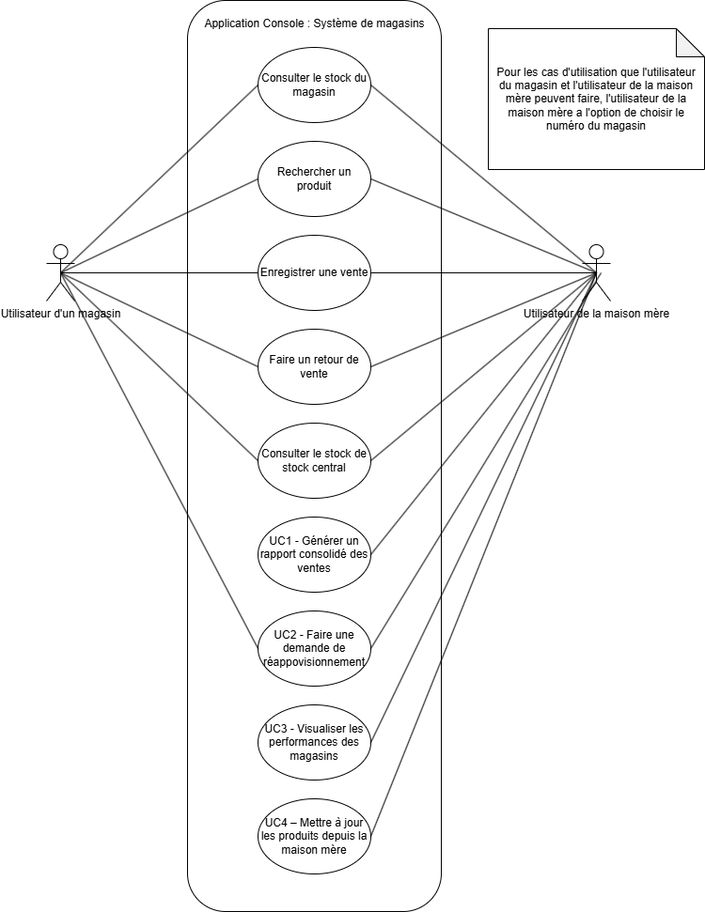
The draw.io diagram docs/UML/diag_vue_cas_utilisation.drawio.png in PraMaks/LOG430_Labo_0, before a commit. Source tidied: cells renumbered, new cells last; positions are measured from the earlier drawing's top-left corner, leaving out a move shared by most shapes.
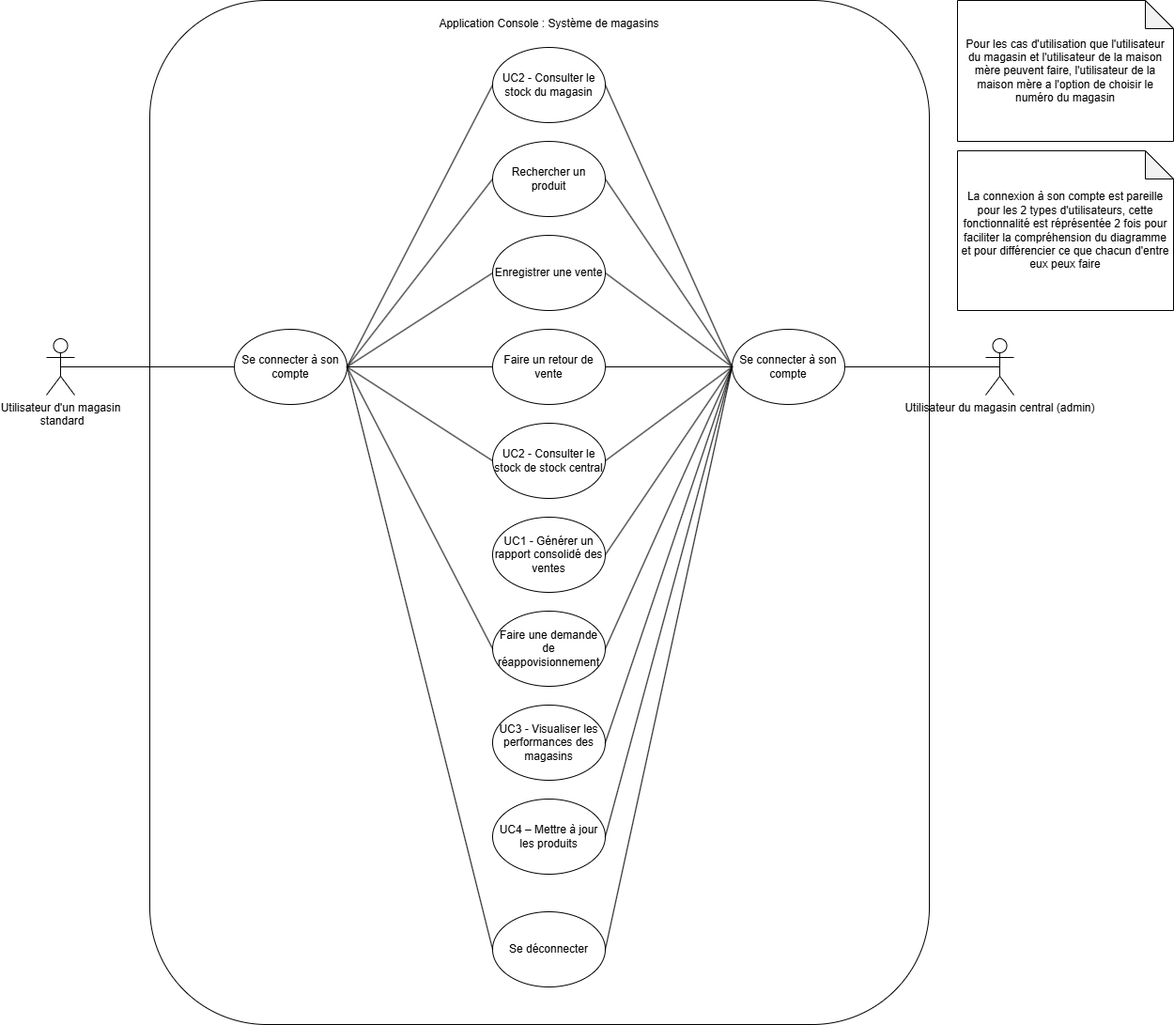
After the commit.

The edit, as a diff of the source:
```diff
@@ -2,16 +2,16 @@
   <root>
     <mxCell id="0" />
     <mxCell id="1" parent="0" />
-    <mxCell id="2" value="Utilisateur d'un magasin" style="shape=umlActor;verticalLabelPosition=bottom;verticalAlign=top;html=1;outlineConnect=0;" parent="1" vertex="1">
-      <mxGeometry y="260" width="30" height="60" as="geometry" />
+    <mxCell id="2" value="Utilisateur d'un magasin&lt;div&gt;&amp;nbsp;standard&lt;/div&gt;" style="shape=umlActor;verticalLabelPosition=bottom;verticalAlign=top;html=1;outlineConnect=0;" parent="1" vertex="1">
+      <mxGeometry x="-250" y="360" width="30" height="60" as="geometry" />
     </mxCell>
     <mxCell id="3" style="rounded=1;whiteSpace=wrap;html=1;" parent="1" vertex="1">
-      <mxGeometry x="150" width="270" height="970" as="geometry" />
+      <mxGeometry x="-140" width="830" height="1090" as="geometry" />
     </mxCell>
     <mxCell id="4" value="Application Console : Système de magasins" style="text;html=1;align=center;verticalAlign=middle;strokeColor=none;fillColor=none;" parent="1" vertex="1">
       <mxGeometry x="155" y="10" width="260" height="30" as="geometry" />
     </mxCell>
-    <mxCell id="5" value="Consulter le stock du magasin" style="ellipse;whiteSpace=wrap;html=1;" parent="1" vertex="1">
+    <mxCell id="5" value="UC2 - Consulter le stock du magasin" style="ellipse;whiteSpace=wrap;html=1;" parent="1" vertex="1">
       <mxGeometry x="225" y="50" width="120" height="80" as="geometry" />
     </mxCell>
     <mxCell id="6" value="Rechercher un produit" style="ellipse;whiteSpace=wrap;html=1;" parent="1" vertex="1">
@@ -23,73 +23,95 @@
     <mxCell id="8" value="Faire un retour de vente" style="ellipse;whiteSpace=wrap;html=1;" parent="1" vertex="1">
       <mxGeometry x="225" y="350" width="120" height="80" as="geometry" />
     </mxCell>
-    <mxCell id="9" style="endArrow=none;html=1;rounded=0;entryX=0;entryY=0.5;entryDx=0;entryDy=0;exitX=0.5;exitY=0.5;exitDx=0;exitDy=0;exitPerimeter=0;" parent="1" edge="1" source="2" target="5">
-      <mxGeometry relative="1" as="geometry" />
-    </mxCell>
-    <mxCell id="10" style="endArrow=none;html=1;rounded=0;entryX=0;entryY=0.5;entryDx=0;entryDy=0;exitX=0.5;exitY=0.5;exitDx=0;exitDy=0;exitPerimeter=0;" parent="1" edge="1" source="2" target="6">
-      <mxGeometry relative="1" as="geometry" />
-    </mxCell>
-    <mxCell id="11" style="endArrow=none;html=1;rounded=0;entryX=0;entryY=0.5;entryDx=0;entryDy=0;exitX=0.5;exitY=0.5;exitDx=0;exitDy=0;exitPerimeter=0;" parent="1" edge="1" source="2" target="7">
-      <mxGeometry relative="1" as="geometry" />
-    </mxCell>
-    <mxCell id="12" style="endArrow=none;html=1;rounded=0;entryX=0;entryY=0.5;entryDx=0;entryDy=0;exitX=0.5;exitY=0.5;exitDx=0;exitDy=0;exitPerimeter=0;" parent="1" edge="1" source="2" target="8">
-      <mxGeometry relative="1" as="geometry" />
-    </mxCell>
-    <mxCell id="13" value="Consulter le stock de stock central" style="ellipse;whiteSpace=wrap;html=1;" parent="1" vertex="1">
+    <mxCell id="13" value="UC2 - Consulter le stock de stock central" style="ellipse;whiteSpace=wrap;html=1;" parent="1" vertex="1">
       <mxGeometry x="225" y="450" width="120" height="80" as="geometry" />
     </mxCell>
-    <mxCell id="14" style="endArrow=none;html=1;rounded=0;entryX=0;entryY=0.5;entryDx=0;entryDy=0;exitX=0.5;exitY=0.5;exitDx=0;exitDy=0;exitPerimeter=0;" parent="1" edge="1" source="2" target="13">
-      <mxGeometry relative="1" as="geometry" />
-    </mxCell>
-    <mxCell id="15" value="UC2 - Faire une demande de réappovisionnement" style="ellipse;whiteSpace=wrap;html=1;" parent="1" vertex="1">
+    <mxCell id="15" value="Faire une demande de réappovisionnement" style="ellipse;whiteSpace=wrap;html=1;" parent="1" vertex="1">
       <mxGeometry x="225" y="650" width="120" height="80" as="geometry" />
     </mxCell>
-    <mxCell id="16" style="endArrow=none;html=1;rounded=0;entryX=0;entryY=0.5;entryDx=0;entryDy=0;exitX=0.5;exitY=0.5;exitDx=0;exitDy=0;exitPerimeter=0;" parent="1" edge="1" source="2" target="15">
-      <mxGeometry relative="1" as="geometry" />
-    </mxCell>
-    <mxCell id="17" value="Utilisateur de la maison mère" style="shape=umlActor;verticalLabelPosition=bottom;verticalAlign=top;html=1;outlineConnect=0;" parent="1" vertex="1">
-      <mxGeometry x="570" y="260" width="30" height="60" as="geometry" />
+    <mxCell id="17" value="Utilisateur du magasin central (admin)" style="shape=umlActor;verticalLabelPosition=bottom;verticalAlign=top;html=1;outlineConnect=0;" parent="1" vertex="1">
+      <mxGeometry x="750" y="360" width="30" height="60" as="geometry" />
     </mxCell>
-    <mxCell id="18" style="endArrow=none;html=1;rounded=0;entryX=0.5;entryY=0.5;entryDx=0;entryDy=0;entryPerimeter=0;exitX=1;exitY=0.5;exitDx=0;exitDy=0;" parent="1" edge="1" source="5" target="17">
-      <mxGeometry relative="1" as="geometry" />
-    </mxCell>
-    <mxCell id="19" style="endArrow=none;html=1;rounded=0;entryX=0.5;entryY=0.5;entryDx=0;entryDy=0;entryPerimeter=0;exitX=1;exitY=0.5;exitDx=0;exitDy=0;" parent="1" edge="1" source="6" target="17">
-      <mxGeometry relative="1" as="geometry" />
-    </mxCell>
-    <mxCell id="20" style="endArrow=none;html=1;rounded=0;entryX=0.5;entryY=0.5;entryDx=0;entryDy=0;entryPerimeter=0;exitX=1;exitY=0.5;exitDx=0;exitDy=0;" parent="1" edge="1" source="7" target="17">
-      <mxGeometry relative="1" as="geometry" />
-    </mxCell>
-    <mxCell id="21" style="endArrow=none;html=1;rounded=0;entryX=0.5;entryY=0.5;entryDx=0;entryDy=0;entryPerimeter=0;exitX=1;exitY=0.5;exitDx=0;exitDy=0;" parent="1" edge="1" source="8" target="17">
-      <mxGeometry relative="1" as="geometry" />
-    </mxCell>
-    <mxCell id="22" style="endArrow=none;html=1;rounded=0;entryX=0.5;entryY=0.5;entryDx=0;entryDy=0;entryPerimeter=0;exitX=1;exitY=0.5;exitDx=0;exitDy=0;" parent="1" edge="1" source="13" target="17">
-      <mxGeometry relative="1" as="geometry" />
-    </mxCell>
     <mxCell id="23" value="UC1 - Générer un rapport consolidé des ventes" style="ellipse;whiteSpace=wrap;html=1;" parent="1" vertex="1">
       <mxGeometry x="225" y="550" width="120" height="80" as="geometry" />
     </mxCell>
     <mxCell id="24" value="UC3 - Visualiser les performances des magasins" style="ellipse;whiteSpace=wrap;html=1;" parent="1" vertex="1">
       <mxGeometry x="225" y="750" width="120" height="80" as="geometry" />
     </mxCell>
-    <mxCell id="25" style="endArrow=none;html=1;rounded=0;exitX=1;exitY=0.5;exitDx=0;exitDy=0;entryX=0.5;entryY=0.5;entryDx=0;entryDy=0;entryPerimeter=0;" parent="1" edge="1" source="23" target="17">
-      <mxGeometry relative="1" as="geometry" />
-    </mxCell>
-    <mxCell id="26" style="endArrow=none;html=1;rounded=0;entryX=0.5;entryY=0.5;entryDx=0;entryDy=0;entryPerimeter=0;exitX=1;exitY=0.5;exitDx=0;exitDy=0;" parent="1" edge="1" source="24" target="17">
-      <mxGeometry relative="1" as="geometry" />
-    </mxCell>
     <mxCell id="27" value="Pour les cas d'utilisation que l'utilisateur du magasin et l'utilisateur de la maison mère peuvent faire, l'utilisateur de la maison mère a l'option de choisir le numéro du magasin" style="shape=note;whiteSpace=wrap;html=1;backgroundOutline=1;darkOpacity=0.05;" parent="1" vertex="1">
-      <mxGeometry x="470" y="30" width="230" height="150" as="geometry" />
+      <mxGeometry x="720" width="230" height="150" as="geometry" />
     </mxCell>
-    <mxCell id="28" value="UC4 – Mettre à jour les produits depuis la maison mère" style="ellipse;whiteSpace=wrap;html=1;" parent="1" vertex="1">
+    <mxCell id="28" value="UC4 – Mettre à jour les produits" style="ellipse;whiteSpace=wrap;html=1;" parent="1" vertex="1">
       <mxGeometry x="225" y="850" width="120" height="80" as="geometry" />
     </mxCell>
-    <mxCell id="29" style="endArrow=none;html=1;rounded=0;exitX=1;exitY=0.5;exitDx=0;exitDy=0;entryX=0.5;entryY=0.5;entryDx=0;entryDy=0;entryPerimeter=0;" parent="1" edge="1" source="28" target="17">
-      <mxGeometry relative="1" as="geometry" />
-    </mxCell>
-    <mxCell id="30" style="endArrow=none;html=1;rounded=0;exitX=1;exitY=0.5;exitDx=0;exitDy=0;" parent="1" edge="1" source="15">
-      <mxGeometry relative="1" as="geometry">
-        <mxPoint x="590" y="290" as="targetPoint" />
-      </mxGeometry>
-    </mxCell>
+    <mxCell id="31" value="Se connecter à son compte" style="ellipse;whiteSpace=wrap;html=1;" parent="1" vertex="1">
+      <mxGeometry x="480" y="350" width="120" height="80" as="geometry" />
+    </mxCell>
+    <mxCell id="32" value="Se connecter à son compte" style="ellipse;whiteSpace=wrap;html=1;" parent="1" vertex="1">
+      <mxGeometry x="-50" y="350" width="120" height="80" as="geometry" />
+    </mxCell>
+    <mxCell id="33" value="Se déconnecter" style="ellipse;whiteSpace=wrap;html=1;" parent="1" vertex="1">
+      <mxGeometry x="225" y="970" width="120" height="80" as="geometry" />
+    </mxCell>
+    <mxCell id="34" style="endArrow=none;html=1;rounded=0;entryX=0;entryY=0.5;entryDx=0;entryDy=0;exitX=0.5;exitY=0.5;exitDx=0;exitDy=0;exitPerimeter=0;" parent="1" edge="1" source="2" target="32">
+      <mxGeometry relative="1" as="geometry" />
+    </mxCell>
+    <mxCell id="35" style="endArrow=none;html=1;rounded=0;entryX=0.5;entryY=0.5;entryDx=0;entryDy=0;entryPerimeter=0;exitX=1;exitY=0.5;exitDx=0;exitDy=0;" parent="1" edge="1" source="31" target="17">
+      <mxGeometry relative="1" as="geometry" />
+    </mxCell>
+    <mxCell id="36" value="La connexion à son compte est pareille pour les 2 types d'utilisateurs, cette fonctionnalité est réprésentée 2 fois pour faciliter la compréhension du diagramme et pour différencier ce que chacun d'entre eux peux faire" style="shape=note;whiteSpace=wrap;html=1;backgroundOutline=1;darkOpacity=0.05;" parent="1" vertex="1">
+      <mxGeometry x="720" y="160" width="230" height="170" as="geometry" />
+    </mxCell>
+    <mxCell id="37" style="endArrow=none;html=1;rounded=0;entryX=1;entryY=0.5;entryDx=0;entryDy=0;exitX=0;exitY=0.5;exitDx=0;exitDy=0;" parent="1" edge="1" source="33" target="32">
+      <mxGeometry relative="1" as="geometry" />
+    </mxCell>
+    <mxCell id="38" style="endArrow=none;html=1;rounded=0;entryX=0;entryY=0.5;entryDx=0;entryDy=0;exitX=1;exitY=0.5;exitDx=0;exitDy=0;" parent="1" edge="1" source="32" target="5">
+      <mxGeometry relative="1" as="geometry" />
+    </mxCell>
+    <mxCell id="39" style="endArrow=none;html=1;rounded=0;entryX=0;entryY=0.5;entryDx=0;entryDy=0;exitX=1;exitY=0.5;exitDx=0;exitDy=0;" parent="1" edge="1" source="32" target="6">
+      <mxGeometry relative="1" as="geometry" />
+    </mxCell>
+    <mxCell id="40" style="endArrow=none;html=1;rounded=0;entryX=0;entryY=0.5;entryDx=0;entryDy=0;exitX=1;exitY=0.5;exitDx=0;exitDy=0;" parent="1" edge="1" source="32" target="7">
+      <mxGeometry relative="1" as="geometry" />
+    </mxCell>
+    <mxCell id="41" style="endArrow=none;html=1;rounded=0;entryX=0;entryY=0.5;entryDx=0;entryDy=0;exitX=1;exitY=0.5;exitDx=0;exitDy=0;" parent="1" edge="1" source="32" target="8">
+      <mxGeometry relative="1" as="geometry" />
+    </mxCell>
+    <mxCell id="42" style="endArrow=none;html=1;rounded=0;entryX=0;entryY=0.5;entryDx=0;entryDy=0;exitX=1;exitY=0.5;exitDx=0;exitDy=0;" parent="1" edge="1" source="32" target="13">
+      <mxGeometry relative="1" as="geometry" />
+    </mxCell>
+    <mxCell id="43" style="endArrow=none;html=1;rounded=0;entryX=0;entryY=0.5;entryDx=0;entryDy=0;exitX=1;exitY=0.5;exitDx=0;exitDy=0;" parent="1" edge="1" source="32" target="15">
+      <mxGeometry relative="1" as="geometry" />
+    </mxCell>
+    <mxCell id="44" style="endArrow=none;html=1;rounded=0;entryX=0;entryY=0.5;entryDx=0;entryDy=0;exitX=1;exitY=0.5;exitDx=0;exitDy=0;" parent="1" edge="1" source="5" target="31">
+      <mxGeometry relative="1" as="geometry" />
+    </mxCell>
+    <mxCell id="45" style="endArrow=none;html=1;rounded=0;entryX=0;entryY=0.5;entryDx=0;entryDy=0;exitX=1;exitY=0.5;exitDx=0;exitDy=0;" parent="1" edge="1" source="6" target="31">
+      <mxGeometry relative="1" as="geometry" />
+    </mxCell>
+    <mxCell id="46" style="endArrow=none;html=1;rounded=0;entryX=0;entryY=0.5;entryDx=0;entryDy=0;exitX=1;exitY=0.5;exitDx=0;exitDy=0;" parent="1" edge="1" source="7" target="31">
+      <mxGeometry relative="1" as="geometry" />
+    </mxCell>
+    <mxCell id="47" style="endArrow=none;html=1;rounded=0;entryX=0;entryY=0.5;entryDx=0;entryDy=0;exitX=1;exitY=0.5;exitDx=0;exitDy=0;" parent="1" edge="1" source="8" target="31">
+      <mxGeometry relative="1" as="geometry" />
+    </mxCell>
+    <mxCell id="48" style="endArrow=none;html=1;rounded=0;entryX=0;entryY=0.5;entryDx=0;entryDy=0;exitX=1;exitY=0.5;exitDx=0;exitDy=0;" parent="1" edge="1" source="13" target="31">
+      <mxGeometry relative="1" as="geometry" />
+    </mxCell>
+    <mxCell id="49" style="endArrow=none;html=1;rounded=0;entryX=0;entryY=0.5;entryDx=0;entryDy=0;exitX=1;exitY=0.5;exitDx=0;exitDy=0;" parent="1" edge="1" source="23" target="31">
+      <mxGeometry relative="1" as="geometry" />
+    </mxCell>
+    <mxCell id="50" style="endArrow=none;html=1;rounded=0;entryX=0;entryY=0.5;entryDx=0;entryDy=0;exitX=1;exitY=0.5;exitDx=0;exitDy=0;" parent="1" edge="1" source="15" target="31">
+      <mxGeometry relative="1" as="geometry" />
+    </mxCell>
+    <mxCell id="51" style="endArrow=none;html=1;rounded=0;entryX=0;entryY=0.5;entryDx=0;entryDy=0;exitX=1;exitY=0.5;exitDx=0;exitDy=0;" parent="1" edge="1" source="28" target="31">
+      <mxGeometry relative="1" as="geometry" />
+    </mxCell>
+    <mxCell id="52" style="endArrow=none;html=1;rounded=0;entryX=0;entryY=0.5;entryDx=0;entryDy=0;exitX=1;exitY=0.5;exitDx=0;exitDy=0;" parent="1" edge="1" source="24" target="31">
+      <mxGeometry relative="1" as="geometry" />
+    </mxCell>
+    <mxCell id="53" style="endArrow=none;html=1;rounded=0;entryX=0;entryY=0.5;entryDx=0;entryDy=0;exitX=1;exitY=0.5;exitDx=0;exitDy=0;" parent="1" edge="1" source="33" target="31">
+      <mxGeometry relative="1" as="geometry" />
+    </mxCell>
   </root>
 </mxGraphModel>
```
